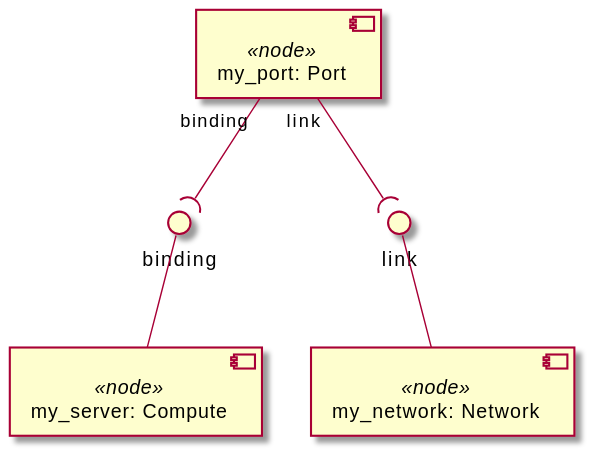
This is examples/ariatosca/diagrams/uml2/network-2-1.0-uml2-component-diagram1.svg from Orange-OpenSource/Cloudnet-TOSCA-toolbox, a PlantUML export, as it was before one commit.
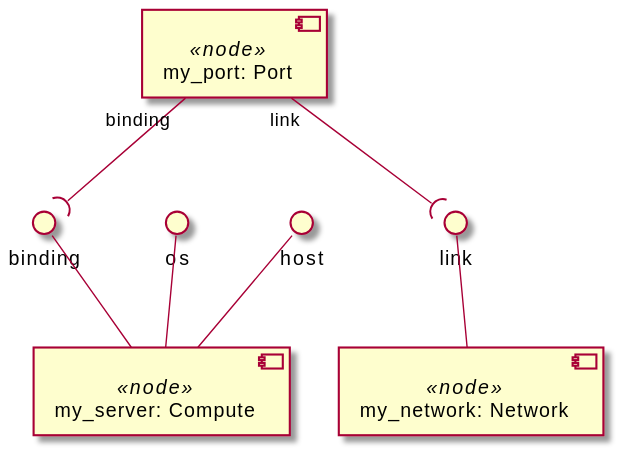
After the commit.

Change to the diagram source:
```diff
@@ -2,15 +2,19 @@
 skinparam componentStyle uml2
 
 component "my_server: Compute" <<node>> as node_my_server
+interface "binding" as node_my_server_binding
+node_my_server_binding -- node_my_server
+interface "os" as node_my_server_os
+node_my_server_os -- node_my_server
+interface "host" as node_my_server_host
+node_my_server_host -- node_my_server
 
 component "my_network: Network" <<node>> as node_my_network
+interface "link" as node_my_network_link
+node_my_network_link -- node_my_network
 
 component "my_port: Port" <<node>> as node_my_port
 
-interface "binding" as node_my_server_binding
-node_my_server_binding -- node_my_server
 node_my_port "binding" --( node_my_server_binding
-interface "link" as node_my_network_link
-node_my_network_link -- node_my_network
 node_my_port "link" --( node_my_network_link
 @enduml
```
